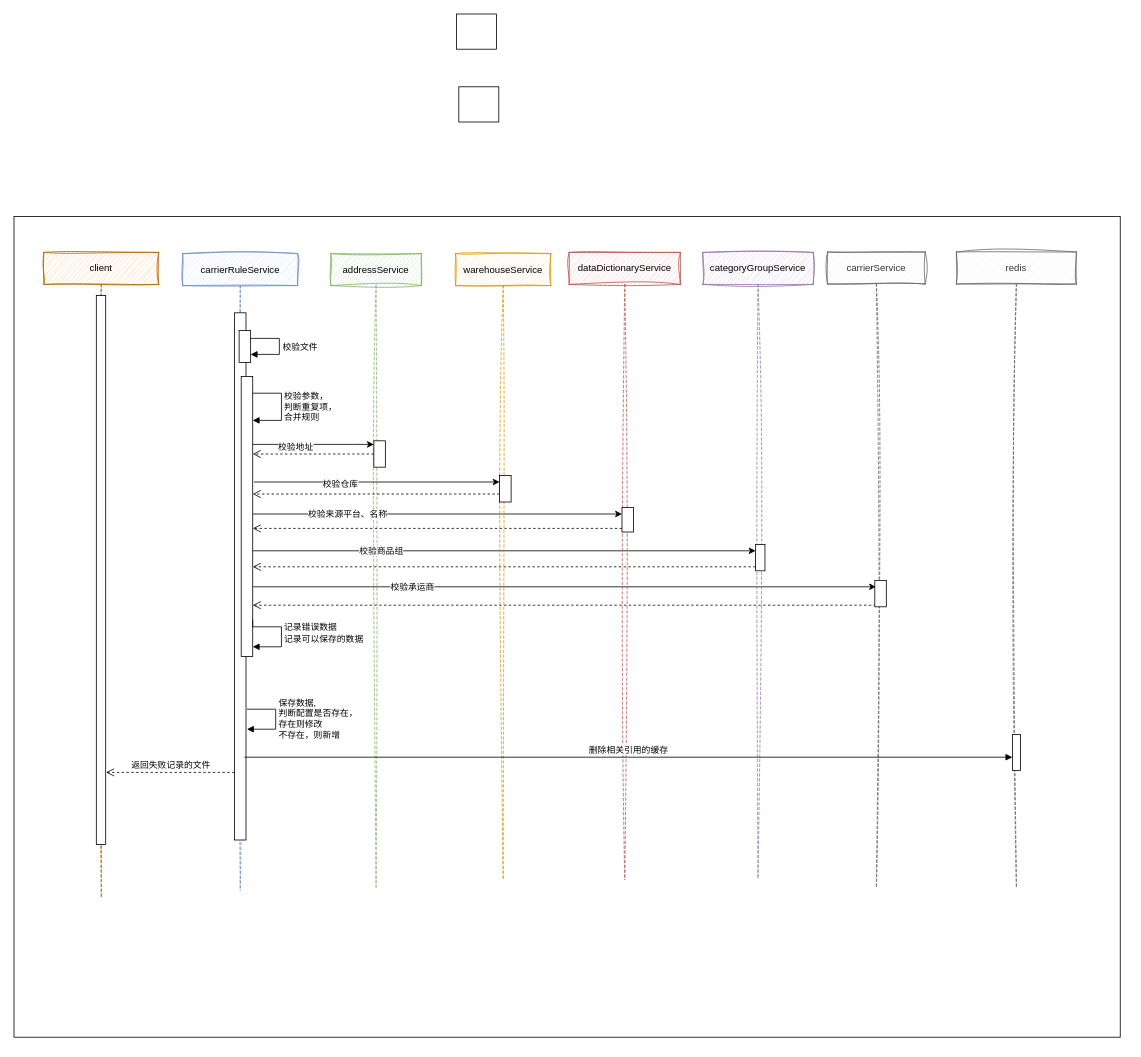
The draw.io diagram 匹配规则.drawio in pipisay/draw, before the edit. Source tidied: cells renumbered, new cells numbered last; positions are measured from the earlier drawing's top-left corner, leaving out a move shared by most shapes. Both pictures are drawn from the tidied source at 80%, with x=0, y=0 at pixel (14, 14).
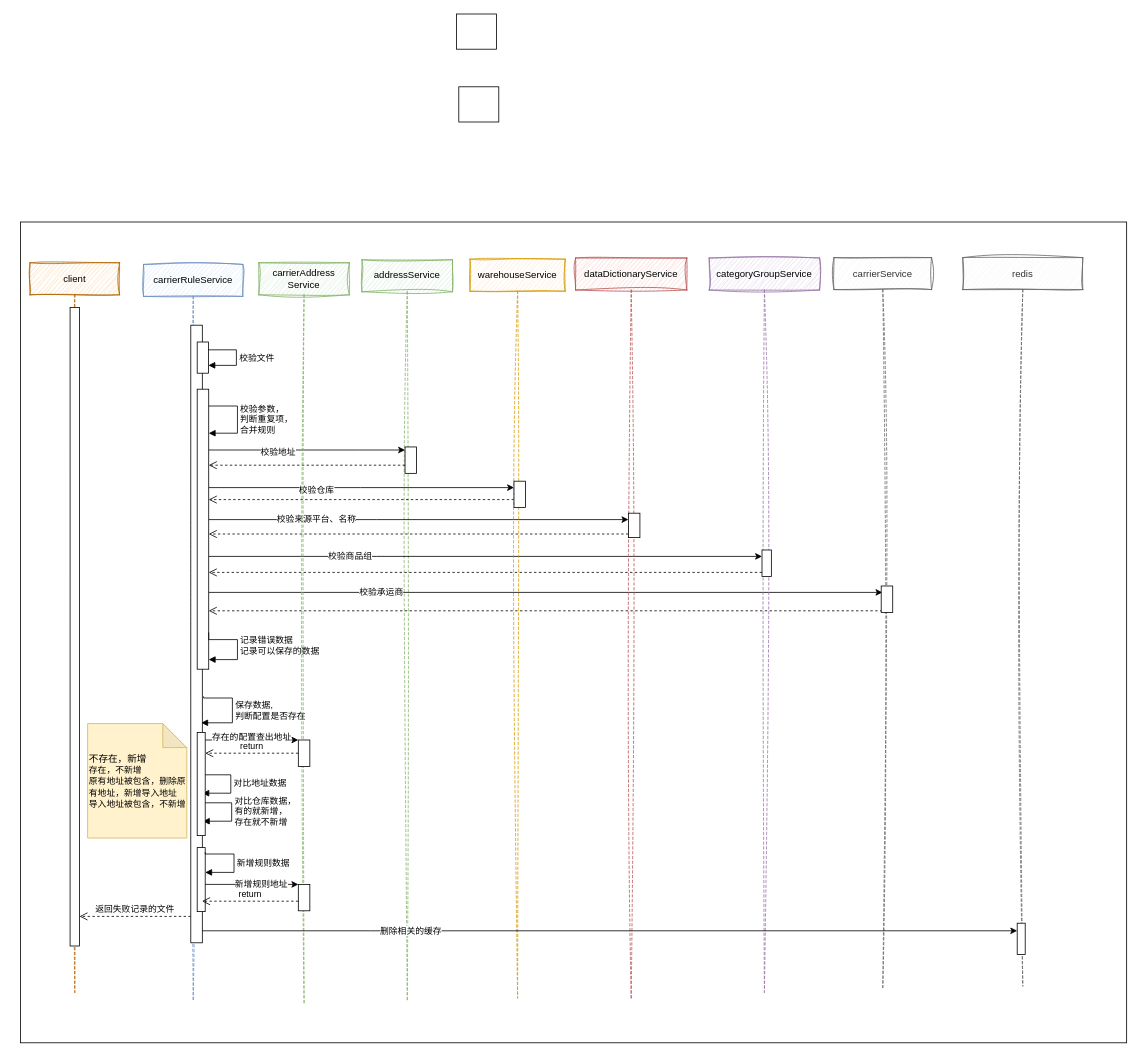
The same page after the edit.

Commit message:
更新匹配规则.drawio

Unchanged cells that the change refers to:
```xml
<mxCell id="36" style="html=1;points=[];perimeter=orthogonalPerimeter;outlineConnect=0;targetShapes=umlLifeline;portConstraint=eastwest;newEdgeStyle={&quot;edgeStyle&quot;:&quot;elbowEdgeStyle&quot;,&quot;elbow&quot;:&quot;vertical&quot;,&quot;curved&quot;:0,&quot;rounded&quot;:0};" parent="35" vertex="1">
  <mxGeometry x="55" y="277.5" width="14.4" height="33" as="geometry" />
</mxCell>
```

What changed in the source:
```diff
@@
     <mxCell id="4" style="rounded=0;whiteSpace=wrap;html=1;" parent="1" vertex="1">
-      <mxGeometry y="253" width="1382.8" height="1026" as="geometry" />
+      <mxGeometry x="8" y="260" width="1382.8" height="1026" as="geometry" />
     </mxCell>
-    <mxCell id="5" value="client" style="shape=umlLifeline;perimeter=lifelinePerimeter;whiteSpace=wrap;html=1;newEdgeStyle={&quot;edgeStyle&quot;:&quot;elbowEdgeStyle&quot;,&quot;elbow&quot;:&quot;vertical&quot;,&quot;curved&quot;:0,&quot;rounded&quot;:0};fillColor=#fad7ac;strokeColor=#b46504;rounded=0;sketch=1;curveFitting=1;jiggle=2;" parent="4" vertex="1">
-      <mxGeometry x="37.3" y="45" width="143.6" height="807" as="geometry" />
-    </mxCell>
-    <mxCell id="6" style="html=1;points=[];perimeter=orthogonalPerimeter;outlineConnect=0;targetShapes=umlLifeline;portConstraint=eastwest;newEdgeStyle={&quot;edgeStyle&quot;:&quot;elbowEdgeStyle&quot;,&quot;elbow&quot;:&quot;vertical&quot;,&quot;curved&quot;:0,&quot;rounded&quot;:0};" parent="5" vertex="1">
-      <mxGeometry x="65.6" y="54" width="11.7" height="686" as="geometry" />
-    </mxCell>
     <mxCell id="7" value="carrierRuleService" style="shape=umlLifeline;perimeter=lifelinePerimeter;whiteSpace=wrap;html=1;newEdgeStyle={&quot;edgeStyle&quot;:&quot;elbowEdgeStyle&quot;,&quot;elbow&quot;:&quot;vertical&quot;,&quot;curved&quot;:0,&quot;rounded&quot;:0};fillColor=#dae8fc;strokeColor=#6c8ebf;rounded=0;sketch=1;curveFitting=1;jiggle=2;" parent="4" vertex="1">
-      <mxGeometry x="211" y="46.5" width="143.6" height="796" as="geometry" />
+      <mxGeometry x="154" y="53" width="124" height="921" as="geometry" />
     </mxCell>
-    <mxCell id="8" style="html=1;points=[];perimeter=orthogonalPerimeter;outlineConnect=0;targetShapes=umlLifeline;portConstraint=eastwest;newEdgeStyle={&quot;edgeStyle&quot;:&quot;elbowEdgeStyle&quot;,&quot;elbow&quot;:&quot;vertical&quot;,&quot;curved&quot;:0,&quot;rounded&quot;:0};" parent="7" vertex="1">
-      <mxGeometry x="64.6" y="74" width="14.4" height="659" as="geometry" />
-    </mxCell>
-    <mxCell id="9" style="group;" parent="7" vertex="1">
-      <mxGeometry x="70.4" y="96" width="50.3" height="40" as="geometry" />
-    </mxCell>
-    <mxCell id="10" style="html=1;points=[];perimeter=orthogonalPerimeter;outlineConnect=0;targetShapes=umlLifeline;portConstraint=eastwest;newEdgeStyle={&quot;edgeStyle&quot;:&quot;elbowEdgeStyle&quot;,&quot;elbow&quot;:&quot;vertical&quot;,&quot;curved&quot;:0,&quot;rounded&quot;:0};" parent="9" vertex="1">
-      <mxGeometry width="14.4" height="40" as="geometry" />
-    </mxCell>
-    <mxCell id="11" value="校验文件" style="html=1;align=left;spacingLeft=2;endArrow=block;rounded=0;edgeStyle=orthogonalEdgeStyle;curved=0;rounded=0;" parent="9" edge="1" source="10" target="10">
-      <mxGeometry relative="1" as="geometry">
-        <Array as="points">
-          <mxPoint x="50.3" y="10" />
-          <mxPoint x="50.3" y="30" />
-        </Array>
-      </mxGeometry>
-    </mxCell>
     <mxCell id="12" value="addressService" style="shape=umlLifeline;perimeter=lifelinePerimeter;whiteSpace=wrap;html=1;newEdgeStyle={&quot;edgeStyle&quot;:&quot;elbowEdgeStyle&quot;,&quot;elbow&quot;:&quot;vertical&quot;,&quot;curved&quot;:0,&quot;rounded&quot;:0};fillColor=#d5e8d4;strokeColor=#82b366;rounded=0;sketch=1;curveFitting=1;jiggle=2;" parent="4" vertex="1">
-      <mxGeometry x="396" y="46.5" width="113.2" height="792" as="geometry" />
+      <mxGeometry x="427" y="47.2" width="113.2" height="927.8" as="geometry" />
     </mxCell>
@@
-    <mxCell id="27" value="保存数据,&lt;br&gt;判断配置是否存在，&lt;br&gt;存在则修改&lt;br&gt;不存在，则新增" style="html=1;align=left;spacingLeft=2;endArrow=block;rounded=0;edgeStyle=orthogonalEdgeStyle;curved=0;rounded=0;" parent="4" edge="1">
+    <mxCell id="27" value="保存数据,&lt;br&gt;判断配置是否存在" style="html=1;align=left;spacingLeft=2;endArrow=block;rounded=0;edgeStyle=orthogonalEdgeStyle;curved=0;rounded=0;" parent="4" edge="1">
       <mxGeometry relative="1" as="geometry">
-        <mxPoint x="291.2" y="616" as="sourcePoint" />
-        <mxPoint x="291.2" y="641" as="targetPoint" />
+        <mxPoint x="229" y="593" as="sourcePoint" />
+        <mxPoint x="226" y="626" as="targetPoint" />
         <Array as="points">
-          <mxPoint x="290.9" y="616" />
-          <mxPoint x="327.1" y="616" />
-          <mxPoint x="327.1" y="641" />
+          <mxPoint x="229" y="595" />
+          <mxPoint x="265" y="595" />
+          <mxPoint x="265" y="626" />
+          <mxPoint x="229" y="626" />
         </Array>
       </mxGeometry>
     </mxCell>
-    <mxCell id="28" value="返回失败记录的文件" style="html=1;verticalAlign=bottom;endArrow=open;dashed=1;endSize=8;edgeStyle=elbowEdgeStyle;elbow=vertical;curved=0;rounded=0;" parent="4" edge="1" source="8">
+    <mxCell id="28" value="返回失败记录的文件" style="html=1;verticalAlign=bottom;endArrow=open;dashed=1;endSize=8;edgeStyle=elbowEdgeStyle;elbow=vertical;curved=0;rounded=0;" parent="4" edge="1" source="8" target="6">
       <mxGeometry relative="1" as="geometry">
-        <mxPoint x="115" y="695" as="targetPoint" />
+        <Array as="points">
+          <mxPoint x="147" y="868" />
+          <mxPoint x="159" y="835" />
+          <mxPoint x="102" y="781" />
+          <mxPoint x="167" y="758" />
+        </Array>
       </mxGeometry>
     </mxCell>
-    <mxCell id="29" style="group;" parent="4" vertex="1">
-      <mxGeometry x="284" y="200" width="50.2" height="350" as="geometry" />
-    </mxCell>
-    <mxCell id="30" style="html=1;points=[];perimeter=orthogonalPerimeter;outlineConnect=0;targetShapes=umlLifeline;portConstraint=eastwest;newEdgeStyle={&quot;edgeStyle&quot;:&quot;elbowEdgeStyle&quot;,&quot;elbow&quot;:&quot;vertical&quot;,&quot;curved&quot;:0,&quot;rounded&quot;:0};" parent="29" vertex="1">
-      <mxGeometry width="14.4" height="350" as="geometry" />
-    </mxCell>
-    <mxCell id="31" value="校验参数，&lt;br&gt;判断重复项，&lt;br&gt;合并规则" style="html=1;align=left;spacingLeft=2;endArrow=block;rounded=0;edgeStyle=orthogonalEdgeStyle;curved=0;rounded=0;" parent="29" edge="1" source="30" target="30">
-      <mxGeometry relative="1" as="geometry">
-        <Array as="points">
-          <mxPoint x="50.3" y="21" />
-          <mxPoint x="50.3" y="55" />
-        </Array>
-      </mxGeometry>
-    </mxCell>
-    <mxCell id="32" value="记录错误数据&lt;br&gt;记录可以保存的数据" style="html=1;align=left;spacingLeft=2;endArrow=block;rounded=0;edgeStyle=orthogonalEdgeStyle;curved=0;rounded=0;" parent="29" edge="1">
-      <mxGeometry relative="1" as="geometry">
-        <mxPoint x="14.4" y="304" as="sourcePoint" />
-        <mxPoint x="14.4" y="338" as="targetPoint" />
-        <Array as="points">
-          <mxPoint x="14" y="313" />
-          <mxPoint x="50.3" y="313" />
-          <mxPoint x="50.3" y="338" />
-        </Array>
-      </mxGeometry>
-    </mxCell>
-    <mxCell id="33" style="endArrow=classic;html=1;rounded=0;" parent="4" edge="1" target="36">
+    <mxCell id="33" style="endArrow=classic;html=1;rounded=0;" parent="4" edge="1" source="30" target="36">
       <mxGeometry relative="1" as="geometry">
-        <mxPoint x="300" y="332" as="sourcePoint" />
         <Array as="points">
           <mxPoint x="425" y="332" />
         </Array>
       </mxGeometry>
     </mxCell>
@@
     <mxCell id="35" value="warehouseService" style="shape=umlLifeline;perimeter=lifelinePerimeter;whiteSpace=wrap;html=1;newEdgeStyle={&quot;edgeStyle&quot;:&quot;elbowEdgeStyle&quot;,&quot;elbow&quot;:&quot;vertical&quot;,&quot;curved&quot;:0,&quot;rounded&quot;:0};fillColor=#ffe6cc;strokeColor=#d79b00;rounded=0;sketch=1;curveFitting=1;jiggle=2;" parent="4" vertex="1">
-      <mxGeometry x="552" y="46.5" width="119" height="782.5" as="geometry" />
+      <mxGeometry x="562" y="46.5" width="119" height="923.5" as="geometry" />
     </mxCell>
@@
     <mxCell id="37" value="dataDictionaryService" style="shape=umlLifeline;perimeter=lifelinePerimeter;whiteSpace=wrap;html=1;newEdgeStyle={&quot;edgeStyle&quot;:&quot;elbowEdgeStyle&quot;,&quot;elbow&quot;:&quot;vertical&quot;,&quot;curved&quot;:0,&quot;rounded&quot;:0};fillColor=#f8cecc;strokeColor=#b85450;rounded=0;sketch=1;curveFitting=1;jiggle=2;" parent="4" vertex="1">
-      <mxGeometry x="694" y="45" width="139" height="784" as="geometry" />
+      <mxGeometry x="694" y="45" width="139" height="927" as="geometry" />
     </mxCell>
@@
     <mxCell id="39" value="categoryGroupService" style="shape=umlLifeline;perimeter=lifelinePerimeter;whiteSpace=wrap;html=1;newEdgeStyle={&quot;edgeStyle&quot;:&quot;elbowEdgeStyle&quot;,&quot;elbow&quot;:&quot;vertical&quot;,&quot;curved&quot;:0,&quot;rounded&quot;:0};fillColor=#e1d5e7;strokeColor=#9673a6;rounded=0;sketch=1;curveFitting=1;jiggle=2;" parent="4" vertex="1">
-      <mxGeometry x="861" y="45" width="138" height="783" as="geometry" />
+      <mxGeometry x="861" y="45" width="138" height="918" as="geometry" />
     </mxCell>
@@
     <mxCell id="41" value="carrierService" style="shape=umlLifeline;perimeter=lifelinePerimeter;whiteSpace=wrap;html=1;outlineConnect=0;portConstraint=eastwest;newEdgeStyle={&quot;edgeStyle&quot;:&quot;elbowEdgeStyle&quot;,&quot;elbow&quot;:&quot;vertical&quot;,&quot;curved&quot;:0,&quot;rounded&quot;:0};fillColor=#f5f5f5;strokeColor=#666666;rounded=0;sketch=1;curveFitting=1;jiggle=2;fontColor=#333333;" parent="4" vertex="1">
-      <mxGeometry x="1017" y="44.5" width="122" height="794" as="geometry" />
+      <mxGeometry x="1017" y="44.5" width="122" height="912.5" as="geometry" />
     </mxCell>
@@
     <mxCell id="43" value="redis" style="shape=umlLifeline;perimeter=lifelinePerimeter;whiteSpace=wrap;html=1;newEdgeStyle={&quot;edgeStyle&quot;:&quot;elbowEdgeStyle&quot;,&quot;elbow&quot;:&quot;vertical&quot;,&quot;curved&quot;:0,&quot;rounded&quot;:0};fillColor=#f5f5f5;strokeColor=#666666;rounded=0;sketch=1;curveFitting=1;jiggle=2;fontColor=#333333;" parent="4" vertex="1">
-      <mxGeometry x="1178" y="44.5" width="150" height="793" as="geometry" />
+      <mxGeometry x="1178" y="44.5" width="150" height="910.5" as="geometry" />
     </mxCell>
     <mxCell id="44" style="html=1;points=[];perimeter=orthogonalPerimeter;outlineConnect=0;targetShapes=umlLifeline;portConstraint=eastwest;newEdgeStyle={&quot;edgeStyle&quot;:&quot;elbowEdgeStyle&quot;,&quot;elbow&quot;:&quot;vertical&quot;,&quot;curved&quot;:0,&quot;rounded&quot;:0};" parent="43" vertex="1">
-      <mxGeometry x="70" y="603" width="10" height="45" as="geometry" />
+      <mxGeometry x="68" y="832" width="10" height="39" as="geometry" />
     </mxCell>
-    <mxCell id="45" value="删除相关引用的缓存" style="html=1;verticalAlign=bottom;endArrow=block;edgeStyle=elbowEdgeStyle;elbow=vertical;curved=0;rounded=0;" parent="4" edge="1" target="44">
-      <mxGeometry relative="1" as="geometry">
-        <mxPoint x="288" y="676" as="sourcePoint" />
-      </mxGeometry>
-    </mxCell>
+    <mxCell id="5" value="client" style="shape=umlLifeline;perimeter=lifelinePerimeter;whiteSpace=wrap;html=1;newEdgeStyle={&quot;edgeStyle&quot;:&quot;elbowEdgeStyle&quot;,&quot;elbow&quot;:&quot;vertical&quot;,&quot;curved&quot;:0,&quot;rounded&quot;:0};fillColor=#fad7ac;strokeColor=#b46504;rounded=0;sketch=1;curveFitting=1;jiggle=2;" parent="4" vertex="1">
+      <mxGeometry x="12" y="51" width="112" height="912" as="geometry" />
+    </mxCell>
+    <mxCell id="6" style="html=1;points=[];perimeter=orthogonalPerimeter;outlineConnect=0;targetShapes=umlLifeline;portConstraint=eastwest;newEdgeStyle={&quot;edgeStyle&quot;:&quot;elbowEdgeStyle&quot;,&quot;elbow&quot;:&quot;vertical&quot;,&quot;curved&quot;:0,&quot;rounded&quot;:0};" parent="5" vertex="1">
+      <mxGeometry x="50.1" y="56" width="11.7" height="798" as="geometry" />
+    </mxCell>
+    <mxCell id="8" style="html=1;points=[];perimeter=orthogonalPerimeter;outlineConnect=0;targetShapes=umlLifeline;portConstraint=eastwest;newEdgeStyle={&quot;edgeStyle&quot;:&quot;elbowEdgeStyle&quot;,&quot;elbow&quot;:&quot;vertical&quot;,&quot;curved&quot;:0,&quot;rounded&quot;:0};" parent="4" vertex="1">
+      <mxGeometry x="213" y="129" width="14.4" height="772" as="geometry" />
+    </mxCell>
+    <mxCell id="9" style="group;" parent="4" vertex="1">
+      <mxGeometry x="221" y="150" width="49" height="39" as="geometry" />
+    </mxCell>
+    <mxCell id="10" style="html=1;points=[];perimeter=orthogonalPerimeter;outlineConnect=0;targetShapes=umlLifeline;portConstraint=eastwest;newEdgeStyle={&quot;edgeStyle&quot;:&quot;elbowEdgeStyle&quot;,&quot;elbow&quot;:&quot;vertical&quot;,&quot;curved&quot;:0,&quot;rounded&quot;:0};" parent="9" vertex="1">
+      <mxGeometry width="14" height="39" as="geometry" />
+    </mxCell>
+    <mxCell id="11" value="校验文件" style="html=1;align=left;spacingLeft=2;endArrow=block;rounded=0;edgeStyle=orthogonalEdgeStyle;curved=0;rounded=0;" parent="9" edge="1" source="10" target="10">
+      <mxGeometry relative="1" as="geometry">
+        <Array as="points">
+          <mxPoint x="49" y="9.8" />
+          <mxPoint x="49" y="29.2" />
+        </Array>
+      </mxGeometry>
+    </mxCell>
+    <mxCell id="29" style="group;" parent="4" vertex="1">
+      <mxGeometry x="221" y="209" width="50.2" height="350" as="geometry" />
+    </mxCell>
+    <mxCell id="30" style="html=1;points=[];perimeter=orthogonalPerimeter;outlineConnect=0;targetShapes=umlLifeline;portConstraint=eastwest;newEdgeStyle={&quot;edgeStyle&quot;:&quot;elbowEdgeStyle&quot;,&quot;elbow&quot;:&quot;vertical&quot;,&quot;curved&quot;:0,&quot;rounded&quot;:0};" parent="29" vertex="1">
+      <mxGeometry width="14.4" height="350" as="geometry" />
+    </mxCell>
+    <mxCell id="31" value="校验参数，&lt;br&gt;判断重复项，&lt;br&gt;合并规则" style="html=1;align=left;spacingLeft=2;endArrow=block;rounded=0;edgeStyle=orthogonalEdgeStyle;curved=0;rounded=0;" parent="29" edge="1" source="30" target="30">
+      <mxGeometry relative="1" as="geometry">
+        <Array as="points">
+          <mxPoint x="50.3" y="21" />
+          <mxPoint x="50.3" y="55" />
+        </Array>
+      </mxGeometry>
+    </mxCell>
+    <mxCell id="32" value="记录错误数据&lt;br&gt;记录可以保存的数据" style="html=1;align=left;spacingLeft=2;endArrow=block;rounded=0;edgeStyle=orthogonalEdgeStyle;curved=0;rounded=0;" parent="29" edge="1">
+      <mxGeometry relative="1" as="geometry">
+        <mxPoint x="14.4" y="304" as="sourcePoint" />
+        <mxPoint x="14.4" y="338" as="targetPoint" />
+        <Array as="points">
+          <mxPoint x="14" y="313" />
+          <mxPoint x="50.3" y="313" />
+          <mxPoint x="50.3" y="338" />
+        </Array>
+      </mxGeometry>
+    </mxCell>
+    <mxCell id="46" value="carrierAddress&lt;br&gt;Service" style="shape=umlLifeline;perimeter=lifelinePerimeter;whiteSpace=wrap;html=1;newEdgeStyle={&quot;edgeStyle&quot;:&quot;elbowEdgeStyle&quot;,&quot;elbow&quot;:&quot;vertical&quot;,&quot;curved&quot;:0,&quot;rounded&quot;:0};fillColor=#d5e8d4;strokeColor=#82b366;rounded=0;sketch=1;curveFitting=1;jiggle=2;" parent="4" vertex="1">
+      <mxGeometry x="298" y="51" width="113.2" height="925" as="geometry" />
+    </mxCell>
+    <mxCell id="47" style="html=1;points=[];perimeter=orthogonalPerimeter;outlineConnect=0;targetShapes=umlLifeline;portConstraint=eastwest;newEdgeStyle={&quot;edgeStyle&quot;:&quot;elbowEdgeStyle&quot;,&quot;elbow&quot;:&quot;vertical&quot;,&quot;curved&quot;:0,&quot;rounded&quot;:0};" parent="4" vertex="1">
+      <mxGeometry x="347.4" y="647.5" width="14.4" height="33" as="geometry" />
+    </mxCell>
+    <mxCell id="48" style="endArrow=classic;html=1;rounded=0;" parent="4" edge="1" source="8" target="47">
+      <mxGeometry relative="1" as="geometry" />
+    </mxCell>
+    <mxCell id="49" value="存在的配置查出地址" style="edgeLabel;html=1;align=center;verticalAlign=middle;" parent="48" vertex="1">
+      <mxGeometry x="0.26" y="2" relative="1" as="geometry">
+        <mxPoint x="-15" y="-2" as="offset" />
+      </mxGeometry>
+    </mxCell>
+    <mxCell id="50" value="return" style="html=1;verticalAlign=bottom;endArrow=open;dashed=1;endSize=8;edgeStyle=elbowEdgeStyle;elbow=vertical;curved=0;rounded=0;" parent="4" edge="1" source="47" target="54">
+      <mxGeometry relative="1" as="geometry" />
+    </mxCell>
+    <mxCell id="51" value="对比地址数据&lt;br&gt;" style="html=1;align=left;spacingLeft=2;endArrow=block;rounded=0;edgeStyle=orthogonalEdgeStyle;curved=0;rounded=0;" parent="4" edge="1" target="8">
+      <mxGeometry relative="1" as="geometry">
+        <mxPoint x="227" y="689" as="sourcePoint" />
+        <Array as="points">
+          <mxPoint x="227" y="691" />
+          <mxPoint x="263" y="691" />
+          <mxPoint x="263" y="714" />
+        </Array>
+      </mxGeometry>
+    </mxCell>
+    <mxCell id="52" value="不存在，新增&lt;br style=&quot;border-color: var(--border-color); font-size: 11px;&quot;&gt;&lt;span style=&quot;font-size: 11px;&quot;&gt;存在，不新增&lt;/span&gt;&lt;br style=&quot;border-color: var(--border-color); font-size: 11px;&quot;&gt;&lt;span style=&quot;font-size: 11px;&quot;&gt;原有地址被包含，删除原有地址，新增导入地址&lt;/span&gt;&lt;br style=&quot;border-color: var(--border-color); font-size: 11px;&quot;&gt;&lt;span style=&quot;font-size: 11px;&quot;&gt;导入地址被包含，不新增&lt;/span&gt;" style="shape=note;whiteSpace=wrap;html=1;backgroundOutline=1;darkOpacity=0.05;align=left;fillColor=#fff2cc;strokeColor=#d6b656;" parent="4" vertex="1">
+      <mxGeometry x="84" y="627" width="124" height="143" as="geometry" />
+    </mxCell>
+    <mxCell id="53" value="对比仓库数据，&lt;br&gt;有的就新增，&lt;br&gt;存在就不新增&lt;br&gt;" style="html=1;align=left;spacingLeft=2;endArrow=block;rounded=0;edgeStyle=orthogonalEdgeStyle;curved=0;rounded=0;" parent="4" edge="1">
+      <mxGeometry relative="1" as="geometry">
+        <mxPoint x="228.1" y="724" as="sourcePoint" />
+        <mxPoint x="228.1" y="749" as="targetPoint" />
+        <Array as="points">
+          <mxPoint x="228.1" y="726" />
+          <mxPoint x="264.1" y="726" />
+          <mxPoint x="264.1" y="749" />
+        </Array>
+      </mxGeometry>
+    </mxCell>
+    <mxCell id="54" style="html=1;points=[];perimeter=orthogonalPerimeter;outlineConnect=0;targetShapes=umlLifeline;portConstraint=eastwest;newEdgeStyle={&quot;edgeStyle&quot;:&quot;elbowEdgeStyle&quot;,&quot;elbow&quot;:&quot;vertical&quot;,&quot;curved&quot;:0,&quot;rounded&quot;:0};" parent="4" vertex="1">
+      <mxGeometry x="221" y="638" width="10" height="129" as="geometry" />
+    </mxCell>
+    <mxCell id="55" style="html=1;points=[];perimeter=orthogonalPerimeter;outlineConnect=0;targetShapes=umlLifeline;portConstraint=eastwest;newEdgeStyle={&quot;edgeStyle&quot;:&quot;elbowEdgeStyle&quot;,&quot;elbow&quot;:&quot;vertical&quot;,&quot;curved&quot;:0,&quot;rounded&quot;:0};" parent="4" vertex="1">
+      <mxGeometry x="221" y="782" width="10" height="80" as="geometry" />
+    </mxCell>
+    <mxCell id="56" value="新增规则数据" style="html=1;align=left;spacingLeft=2;endArrow=block;rounded=0;edgeStyle=orthogonalEdgeStyle;curved=0;rounded=0;" parent="4" edge="1">
+      <mxGeometry relative="1" as="geometry">
+        <mxPoint x="231" y="788" as="sourcePoint" />
+        <mxPoint x="231" y="813" as="targetPoint" />
+        <Array as="points">
+          <mxPoint x="231" y="790" />
+          <mxPoint x="267" y="790" />
+          <mxPoint x="267" y="813" />
+        </Array>
+      </mxGeometry>
+    </mxCell>
+    <mxCell id="57" style="html=1;points=[];perimeter=orthogonalPerimeter;outlineConnect=0;targetShapes=umlLifeline;portConstraint=eastwest;newEdgeStyle={&quot;edgeStyle&quot;:&quot;elbowEdgeStyle&quot;,&quot;elbow&quot;:&quot;vertical&quot;,&quot;curved&quot;:0,&quot;rounded&quot;:0};" parent="4" vertex="1">
+      <mxGeometry x="347.4" y="828" width="14.4" height="33" as="geometry" />
+    </mxCell>
+    <mxCell id="58" style="endArrow=classic;html=1;rounded=0;" parent="4" edge="1" source="55" target="57">
+      <mxGeometry relative="1" as="geometry" />
+    </mxCell>
+    <mxCell id="59" value="新增规则地址" style="edgeLabel;html=1;align=center;verticalAlign=middle;" parent="58" vertex="1">
+      <mxGeometry x="0.19" y="1" relative="1" as="geometry" />
+    </mxCell>
+    <mxCell id="60" value="return" style="html=1;verticalAlign=bottom;endArrow=open;dashed=1;endSize=8;edgeStyle=elbowEdgeStyle;elbow=vertical;curved=0;rounded=0;" parent="4" edge="1" source="57">
+      <mxGeometry relative="1" as="geometry">
+        <mxPoint x="227" y="849" as="targetPoint" />
+      </mxGeometry>
+    </mxCell>
+    <mxCell id="61" style="endArrow=classic;html=1;rounded=0;" parent="4" edge="1" target="44">
+      <mxGeometry relative="1" as="geometry">
+        <mxPoint x="227.4" y="886" as="sourcePoint" />
+        <Array as="points">
+          <mxPoint x="437.8" y="886" />
+        </Array>
+      </mxGeometry>
+    </mxCell>
+    <mxCell id="62" value="删除相关的缓存" style="edgeLabel;html=1;align=center;verticalAlign=middle;" parent="61" vertex="1">
+      <mxGeometry x="-0.49" y="1" relative="1" as="geometry" />
+    </mxCell>
```
